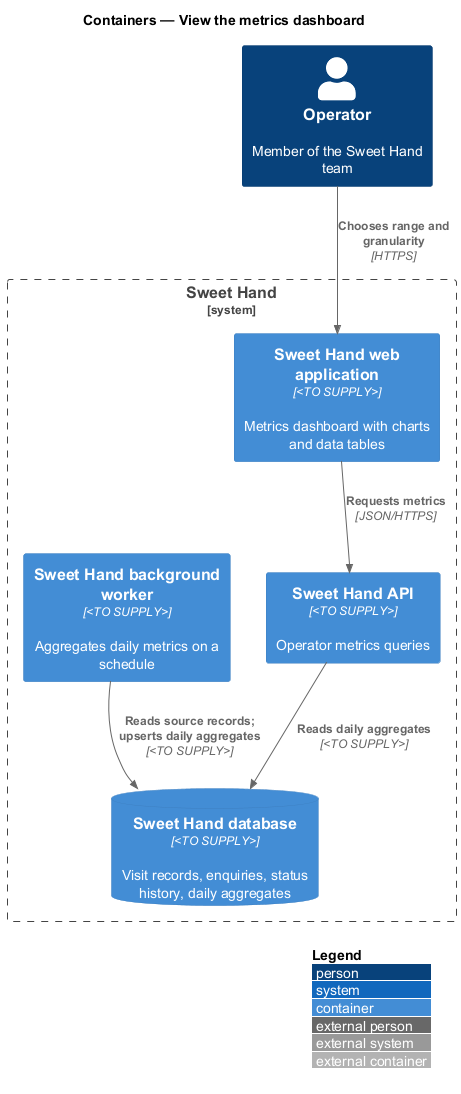
Above: docs/detailed-designs/metrics/view-metrics-dashboard/diagrams/c4-container.png in QuinntyneBrown/sweet-hand (PlantUML), before the change. Its diagram source:
```plantuml
@startuml
!include <C4/C4_Container>
LAYOUT_WITH_LEGEND()
title Containers — View the metrics dashboard

Person(operator, "Operator", "Member of the Sweet Hand team")
System_Boundary(sweethand, "Sweet Hand") {
  Container(web, "Sweet Hand web application", "<TO SUPPLY>", "Metrics dashboard with charts and data tables")
  Container(api, "Sweet Hand API", "<TO SUPPLY>", "Operator metrics queries")
  Container(worker, "Sweet Hand background worker", "<TO SUPPLY>", "Aggregates daily metrics on a schedule")
  ContainerDb(db, "Sweet Hand database", "<TO SUPPLY>", "Visit records, enquiries, status history, daily aggregates")
}
Rel(operator, web, "Chooses range and granularity", "HTTPS")
Rel(web, api, "Requests metrics", "JSON/HTTPS")
Rel(api, db, "Reads daily aggregates", "<TO SUPPLY>")
Rel(worker, db, "Reads source records; upserts daily aggregates", "<TO SUPPLY>")
@enduml
```
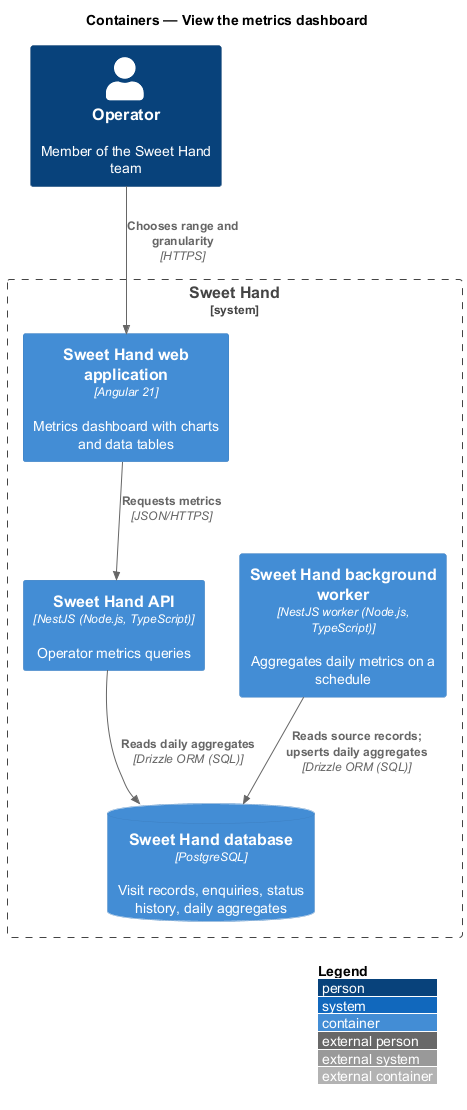
Later version of the same file.

What changed in the source:
```diff
@@ -5,13 +5,13 @@
 
 Person(operator, "Operator", "Member of the Sweet Hand team")
 System_Boundary(sweethand, "Sweet Hand") {
-  Container(web, "Sweet Hand web application", "<TO SUPPLY>", "Metrics dashboard with charts and data tables")
-  Container(api, "Sweet Hand API", "<TO SUPPLY>", "Operator metrics queries")
-  Container(worker, "Sweet Hand background worker", "<TO SUPPLY>", "Aggregates daily metrics on a schedule")
-  ContainerDb(db, "Sweet Hand database", "<TO SUPPLY>", "Visit records, enquiries, status history, daily aggregates")
+  Container(web, "Sweet Hand web application", "Angular 21", "Metrics dashboard with charts and data tables")
+  Container(api, "Sweet Hand API", "NestJS (Node.js, TypeScript)", "Operator metrics queries")
+  Container(worker, "Sweet Hand background worker", "NestJS worker (Node.js, TypeScript)", "Aggregates daily metrics on a schedule")
+  ContainerDb(db, "Sweet Hand database", "PostgreSQL", "Visit records, enquiries, status history, daily aggregates")
 }
 Rel(operator, web, "Chooses range and granularity", "HTTPS")
 Rel(web, api, "Requests metrics", "JSON/HTTPS")
-Rel(api, db, "Reads daily aggregates", "<TO SUPPLY>")
-Rel(worker, db, "Reads source records; upserts daily aggregates", "<TO SUPPLY>")
+Rel(api, db, "Reads daily aggregates", "Drizzle ORM (SQL)")
+Rel(worker, db, "Reads source records; upserts daily aggregates", "Drizzle ORM (SQL)")
 @enduml
```
